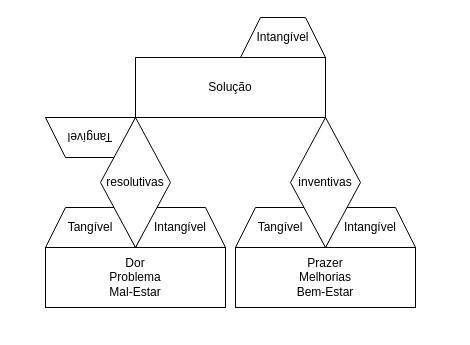
Above: Diagrama sem nome.drawio in silvadias/TroubleScour (draw.io), before the change. Source tidied: cells renumbered, new cells numbered last; positions are measured from the earlier drawing's top-left corner, leaving out a move shared by most shapes. Both pictures are drawn from the tidied source at 100%, with x=0, y=0 at pixel (45, 17).
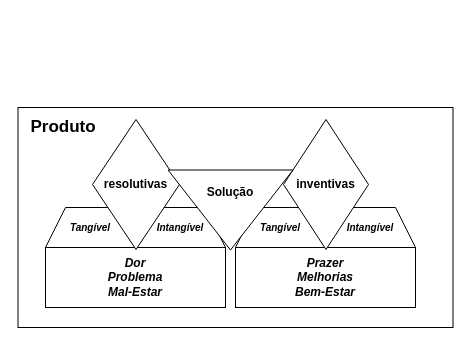
After the change.

Diff of the diagram source:
```diff
@@
 <mxGraphModel>
   <root>
     <mxCell id="0" />
     <mxCell id="1" parent="0" />
+    <mxCell id="13" style="rounded=0;whiteSpace=wrap;html=1;" parent="1" vertex="1">
+      <mxGeometry x="-27.5" y="90" width="435" height="220" as="geometry" />
+    </mxCell>
-    <mxCell id="2" value="Tangível" style="shape=trapezoid;perimeter=trapezoidPerimeter;whiteSpace=wrap;html=1;fixedSize=1;" parent="1" vertex="1">
+    <mxCell id="2" value="Tangível" style="shape=trapezoid;perimeter=trapezoidPerimeter;whiteSpace=wrap;html=1;fixedSize=1;fontStyle=3;fontSize=10;" parent="1" vertex="1">
       <mxGeometry y="190" width="90" height="40" as="geometry" />
     </mxCell>
-    <mxCell id="3" value="Intangível" style="shape=trapezoid;perimeter=trapezoidPerimeter;whiteSpace=wrap;html=1;fixedSize=1;" parent="1" vertex="1">
+    <mxCell id="3" value="Intangível" style="shape=trapezoid;perimeter=trapezoidPerimeter;whiteSpace=wrap;html=1;fixedSize=1;fontStyle=3;fontSize=10;" parent="1" vertex="1">
       <mxGeometry x="90" y="190" width="90" height="40" as="geometry" />
     </mxCell>
-    <mxCell id="4" value="Dor&lt;div&gt;Problema&lt;/div&gt;&lt;div&gt;Mal-Estar&lt;/div&gt;" style="rounded=0;whiteSpace=wrap;html=1;" parent="1" vertex="1">
+    <mxCell id="4" value="Dor&lt;div&gt;Problema&lt;/div&gt;&lt;div&gt;Mal-Estar&lt;/div&gt;" style="rounded=0;whiteSpace=wrap;html=1;fontStyle=3;" parent="1" vertex="1">
       <mxGeometry y="230" width="180" height="60" as="geometry" />
     </mxCell>
-    <mxCell id="5" value="&lt;div&gt;Prazer&lt;/div&gt;&lt;div&gt;Melhorias&lt;/div&gt;&lt;div&gt;Bem-Estar&lt;/div&gt;" style="rounded=0;whiteSpace=wrap;html=1;" parent="1" vertex="1">
+    <mxCell id="5" value="&lt;div&gt;Prazer&lt;/div&gt;&lt;div&gt;Melhorias&lt;/div&gt;&lt;div&gt;Bem-Estar&lt;/div&gt;" style="rounded=0;whiteSpace=wrap;html=1;fontStyle=3;" parent="1" vertex="1">
       <mxGeometry x="190" y="230" width="180" height="60" as="geometry" />
     </mxCell>
-    <mxCell id="6" value="Solução" style="rounded=0;whiteSpace=wrap;html=1;" parent="1" vertex="1">
-      <mxGeometry x="90" y="40" width="190" height="60" as="geometry" />
-    </mxCell>
-    <mxCell id="7" value="Tangível" style="shape=trapezoid;perimeter=trapezoidPerimeter;whiteSpace=wrap;html=1;fixedSize=1;" parent="1" vertex="1">
+    <mxCell id="7" value="Tangível" style="shape=trapezoid;perimeter=trapezoidPerimeter;whiteSpace=wrap;html=1;fixedSize=1;fontStyle=3;fontSize=10;" parent="1" vertex="1">
       <mxGeometry x="190" y="190" width="90" height="40" as="geometry" />
     </mxCell>
-    <mxCell id="8" value="Intangível" style="shape=trapezoid;perimeter=trapezoidPerimeter;whiteSpace=wrap;html=1;fixedSize=1;" parent="1" vertex="1">
+    <mxCell id="8" value="Intangível" style="shape=trapezoid;perimeter=trapezoidPerimeter;whiteSpace=wrap;html=1;fixedSize=1;fontStyle=3;fontSize=10;" parent="1" vertex="1">
       <mxGeometry x="280" y="190" width="90" height="40" as="geometry" />
     </mxCell>
-    <mxCell id="9" value="Tangível" style="shape=trapezoid;perimeter=trapezoidPerimeter;whiteSpace=wrap;html=1;fixedSize=1;rotation=-180;" parent="1" vertex="1">
-      <mxGeometry y="100" width="90" height="40" as="geometry" />
-    </mxCell>
-    <mxCell id="10" value="Intangível" style="shape=trapezoid;perimeter=trapezoidPerimeter;whiteSpace=wrap;html=1;fixedSize=1;" parent="1" vertex="1">
-      <mxGeometry x="195" width="85" height="40" as="geometry" />
-    </mxCell>
-    <mxCell id="11" value="resolutivas" style="rhombus;whiteSpace=wrap;html=1;" parent="1" vertex="1">
-      <mxGeometry x="55" y="100" width="70" height="130" as="geometry" />
+    <mxCell id="11" value="resolutivas" style="rhombus;whiteSpace=wrap;html=1;fontStyle=1;" parent="1" vertex="1">
+      <mxGeometry x="47" y="102" width="87" height="130" as="geometry" />
     </mxCell>
-    <mxCell id="12" value="inventivas" style="rhombus;whiteSpace=wrap;html=1;" parent="1" vertex="1">
-      <mxGeometry x="245" y="100" width="70" height="130" as="geometry" />
+    <mxCell id="12" value="inventivas" style="rhombus;whiteSpace=wrap;html=1;fontStyle=1;" parent="1" vertex="1">
+      <mxGeometry x="238" y="102" width="85" height="130" as="geometry" />
     </mxCell>
+    <mxCell id="14" style="triangle;whiteSpace=wrap;html=1;rotation=90;" parent="1" vertex="1">
+      <mxGeometry x="145" y="130" width="80" height="125" as="geometry" />
+    </mxCell>
+    <mxCell id="6" value="Solução" style="text;html=1;align=center;verticalAlign=middle;whiteSpace=wrap;rounded=1;fontStyle=1;" parent="1" vertex="1">
+      <mxGeometry x="155" y="160" width="60" height="30" as="geometry" />
+    </mxCell>
+    <mxCell id="15" value="Produto" style="text;html=1;align=center;verticalAlign=middle;whiteSpace=wrap;rounded=0;fontSize=17;fontStyle=1;" parent="1" vertex="1">
+      <mxGeometry x="-27.5" y="90" width="90" height="40" as="geometry" />
+    </mxCell>
   </root>
 </mxGraphModel>
```
